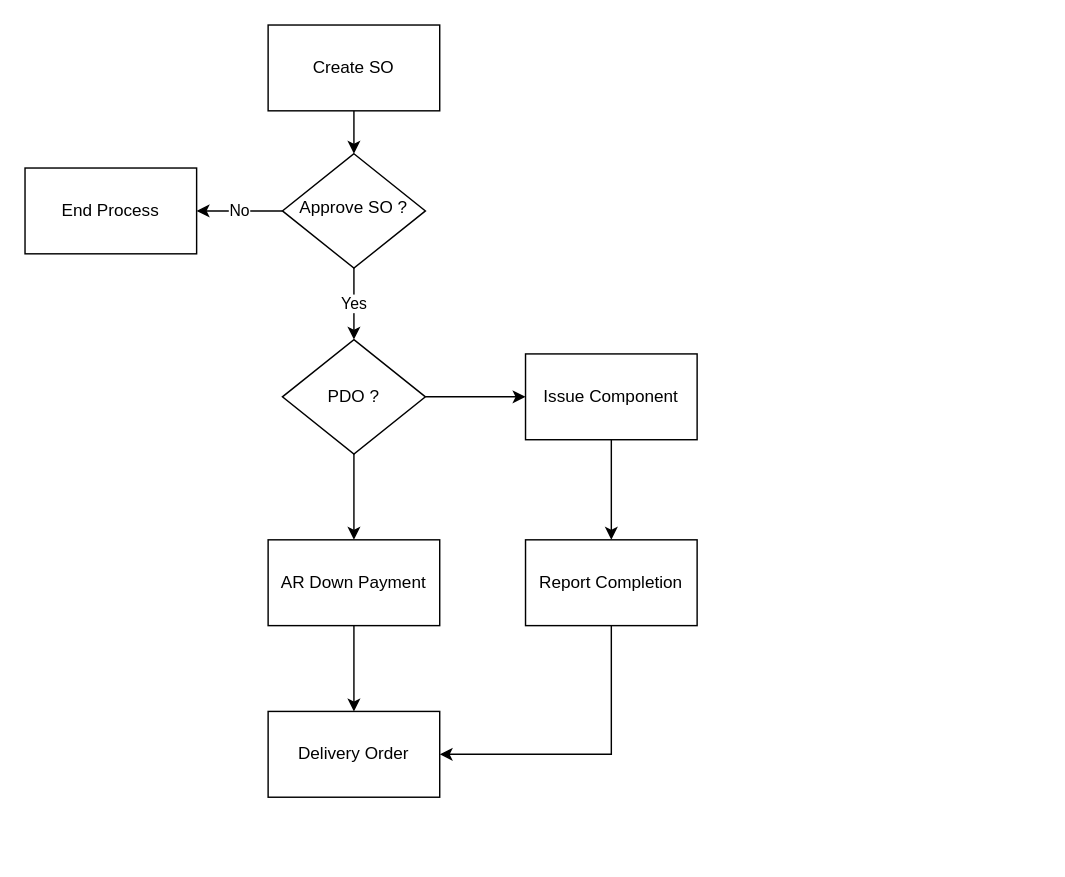
The draw.io diagram Untitled Diagram.drawio in ngulik-bareng/SAP-DiagramFlow, before the edit. Source tidied: cells renumbered, new cells numbered last; positions are measured from the earlier drawing's top-left corner, leaving out a move shared by most shapes. Both pictures are drawn from the tidied source at 143%, with x=0, y=0 at pixel (24, 24).
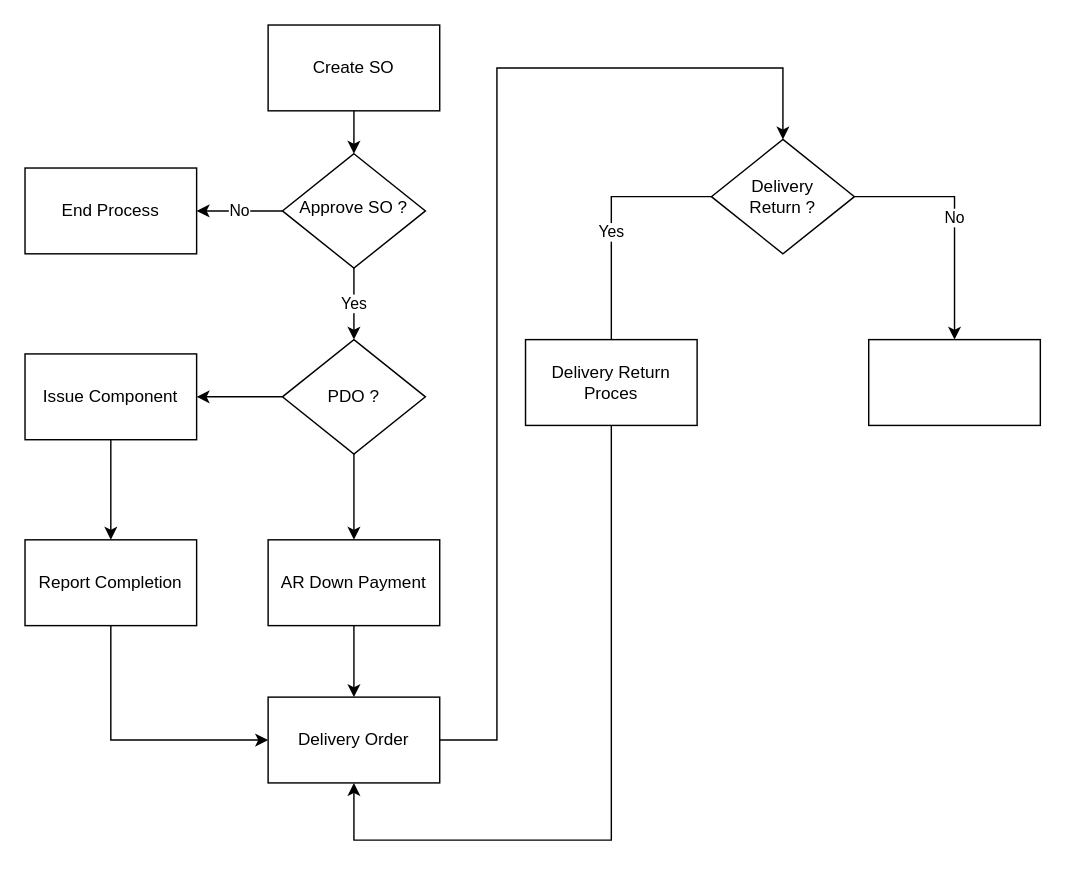
The same diagram, later.

Diff of the diagram source:
```diff
@@
     <mxCell id="12" value="Issue Component" style="whiteSpace=wrap;html=1;" parent="1" vertex="1">
-      <mxGeometry x="350" y="230" width="120" height="60" as="geometry" />
+      <mxGeometry y="230" width="120" height="60" as="geometry" />
     </mxCell>
-    <mxCell id="13" style="edgeStyle=orthogonalEdgeStyle;rounded=0;jettySize=auto;html=1;exitX=0.5;exitY=1;exitDx=0;exitDy=0;entryX=1;entryY=0.5;entryDx=0;entryDy=0;" parent="1" edge="1" source="14" target="17">
+    <mxCell id="13" style="edgeStyle=orthogonalEdgeStyle;rounded=0;jettySize=auto;html=1;exitX=0.5;exitY=1;exitDx=0;exitDy=0;entryX=0;entryY=0.5;entryDx=0;entryDy=0;" parent="1" edge="1" source="14" target="17">
       <mxGeometry relative="1" as="geometry" />
     </mxCell>
     <mxCell id="14" value="Report Completion" style="whiteSpace=wrap;html=1;" parent="1" vertex="1">
-      <mxGeometry x="350" y="360" width="120" height="60" as="geometry" />
+      <mxGeometry y="360" width="120" height="60" as="geometry" />
     </mxCell>
@@
+    <mxCell id="18" style="edgeStyle=orthogonalEdgeStyle;rounded=0;jettySize=auto;html=1;entryX=0.5;entryY=0;entryDx=0;entryDy=0;exitX=1;exitY=0.5;exitDx=0;exitDy=0;" parent="1" edge="1" source="17" target="21">
+      <mxGeometry relative="1" as="geometry">
+        <Array as="points">
+          <mxPoint x="330" y="500" />
+          <mxPoint x="330" y="30" />
+          <mxPoint x="530" y="30" />
+        </Array>
+      </mxGeometry>
+    </mxCell>
     <mxCell id="17" value="Delivery Order" style="whiteSpace=wrap;html=1;" parent="1" vertex="1">
-      <mxGeometry x="170" y="480" width="120" height="60" as="geometry" />
+      <mxGeometry x="170" y="470" width="120" height="60" as="geometry" />
     </mxCell>
+    <mxCell id="19" value="Yes" style="edgeStyle=orthogonalEdgeStyle;rounded=0;jettySize=auto;html=1;exitX=0;exitY=0.5;exitDx=0;exitDy=0;entryX=0.5;entryY=0;entryDx=0;entryDy=0;" parent="1" edge="1" source="21" target="23">
+      <mxGeometry relative="1" as="geometry">
+        <Array as="points">
+          <mxPoint x="410" y="120" />
+          <mxPoint x="410" y="230" />
+        </Array>
+      </mxGeometry>
+    </mxCell>
+    <mxCell id="20" value="No" style="edgeStyle=orthogonalEdgeStyle;rounded=0;jettySize=auto;html=1;" parent="1" edge="1" source="21" target="24">
+      <mxGeometry relative="1" as="geometry" />
+    </mxCell>
+    <mxCell id="21" value="Delivery &lt;br&gt;Return ?" style="rhombus;whiteSpace=wrap;html=1;" parent="1" vertex="1">
+      <mxGeometry x="480" y="80" width="100" height="80" as="geometry" />
+    </mxCell>
+    <mxCell id="22" style="edgeStyle=orthogonalEdgeStyle;rounded=0;jettySize=auto;html=1;exitX=0.5;exitY=1;exitDx=0;exitDy=0;entryX=0.5;entryY=1;entryDx=0;entryDy=0;" parent="1" edge="1" source="23" target="17">
+      <mxGeometry relative="1" as="geometry">
+        <Array as="points">
+          <mxPoint x="410" y="570" />
+          <mxPoint x="230" y="570" />
+        </Array>
+      </mxGeometry>
+    </mxCell>
+    <mxCell id="23" value="Delivery Return Proces" style="whiteSpace=wrap;html=1;" parent="1" vertex="1">
+      <mxGeometry x="350" y="220" width="120" height="60" as="geometry" />
+    </mxCell>
+    <mxCell id="24" style="whiteSpace=wrap;html=1;" parent="1" vertex="1">
+      <mxGeometry x="590" y="220" width="120" height="60" as="geometry" />
+    </mxCell>
```
